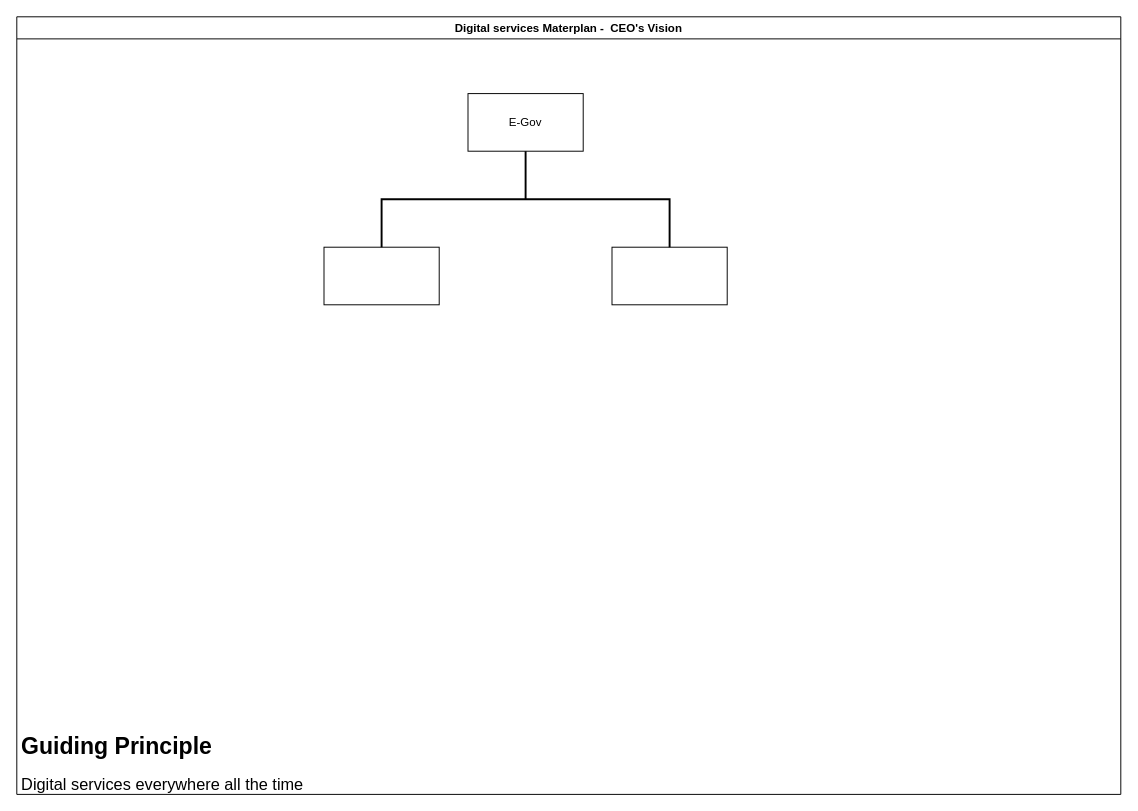
kmagua/flowcharts keeps this draw.io diagram as Master plan - CEO's Vision.drawio. Above is the earlier version. Source tidied: cells renumbered, new cells numbered last; positions are measured from the earlier drawing's top-left corner, leaving out a move shared by most shapes. Both pictures are drawn from the tidied source at 96%, with x=0, y=0 at pixel (16, 16).
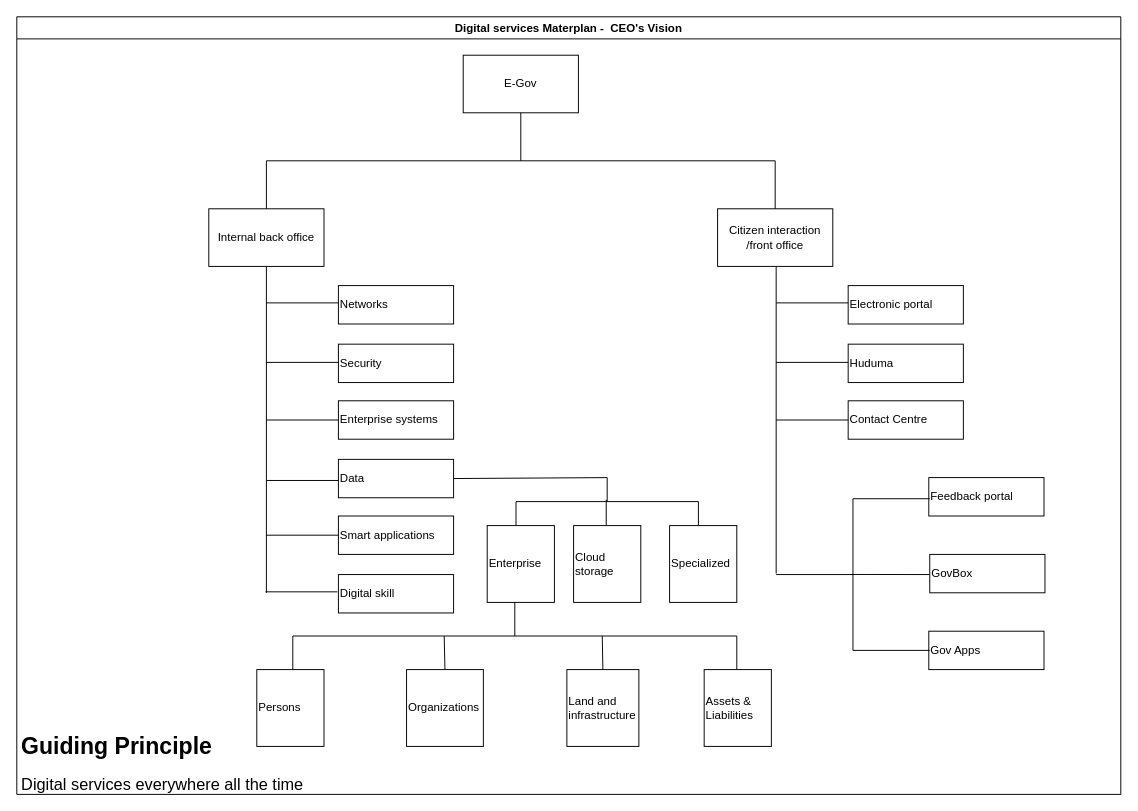
The same page after the edit.

Unchanged cells that the change refers to:
```xml
<mxCell id="2" value="Digital services Materplan -  CEO's Vision" style="swimlane;" parent="1" vertex="1">
  <mxGeometry width="1150" height="810" as="geometry" />
</mxCell>
```

The edit, as a diff of the source:
```diff
@@
     <mxCell id="4" value="E-Gov" style="rounded=0;whiteSpace=wrap;html=1;" parent="2" vertex="1">
-      <mxGeometry x="470" y="80" width="120" height="60" as="geometry" />
+      <mxGeometry x="465" y="40" width="120" height="60" as="geometry" />
     </mxCell>
-    <mxCell id="5" style="rounded=0;whiteSpace=wrap;html=1;" parent="2" vertex="1">
-      <mxGeometry x="320" y="240" width="120" height="60" as="geometry" />
+    <mxCell id="5" value="Internal back office" style="rounded=0;whiteSpace=wrap;html=1;" parent="2" vertex="1">
+      <mxGeometry x="200" y="200" width="120" height="60" as="geometry" />
     </mxCell>
-    <mxCell id="6" style="rounded=0;whiteSpace=wrap;html=1;" parent="2" vertex="1">
-      <mxGeometry x="620" y="240" width="120" height="60" as="geometry" />
+    <mxCell id="6" value="Citizen interaction /front office" style="rounded=0;whiteSpace=wrap;html=1;" parent="2" vertex="1">
+      <mxGeometry x="730" y="200" width="120" height="60" as="geometry" />
     </mxCell>
+    <mxCell id="8" value="Security" style="rounded=0;whiteSpace=wrap;html=1;align=left;" parent="2" vertex="1">
+      <mxGeometry x="335" y="341" width="120" height="40" as="geometry" />
+    </mxCell>
+    <mxCell id="9" value="Data" style="rounded=0;whiteSpace=wrap;html=1;align=left;" parent="2" vertex="1">
+      <mxGeometry x="335" y="461" width="120" height="40" as="geometry" />
+    </mxCell>
+    <mxCell id="10" value="Enterprise systems" style="rounded=0;whiteSpace=wrap;html=1;align=left;" parent="2" vertex="1">
+      <mxGeometry x="335" y="400" width="120" height="40" as="geometry" />
+    </mxCell>
+    <mxCell id="11" value="Digital skill" style="rounded=0;whiteSpace=wrap;html=1;align=left;" parent="2" vertex="1">
+      <mxGeometry x="335" y="581" width="120" height="40" as="geometry" />
+    </mxCell>
+    <mxCell id="12" value="Smart applications" style="rounded=0;whiteSpace=wrap;html=1;align=left;" parent="2" vertex="1">
+      <mxGeometry x="335" y="520" width="120" height="40" as="geometry" />
+    </mxCell>
+    <mxCell id="13" value="Huduma" style="rounded=0;whiteSpace=wrap;html=1;align=left;" parent="2" vertex="1">
+      <mxGeometry x="866" y="341" width="120" height="40" as="geometry" />
+    </mxCell>
+    <mxCell id="14" value="Contact Centre" style="rounded=0;whiteSpace=wrap;html=1;align=left;" parent="2" vertex="1">
+      <mxGeometry x="866" y="400" width="120" height="40" as="geometry" />
+    </mxCell>
+    <mxCell id="15" style="endArrow=none;html=1;entryX=0.5;entryY=1;entryDx=0;entryDy=0;" parent="2" edge="1">
+      <mxGeometry relative="1" as="geometry">
+        <mxPoint x="791" y="580" as="sourcePoint" />
+        <mxPoint x="791" y="260" as="targetPoint" />
+      </mxGeometry>
+    </mxCell>
+    <mxCell id="16" value="Electronic portal" style="rounded=0;whiteSpace=wrap;html=1;align=left;" parent="2" vertex="1">
+      <mxGeometry x="866" y="280" width="120" height="40" as="geometry" />
+    </mxCell>
+    <mxCell id="17" style="endArrow=none;html=1;entryX=0;entryY=0.5;entryDx=0;entryDy=0;" parent="2" edge="1">
+      <mxGeometry relative="1" as="geometry">
+        <mxPoint x="791" y="420" as="sourcePoint" />
+        <mxPoint x="866" y="420" as="targetPoint" />
+      </mxGeometry>
+    </mxCell>
+    <mxCell id="18" style="endArrow=none;html=1;entryX=0;entryY=0.5;entryDx=0;entryDy=0;" parent="2" edge="1">
+      <mxGeometry relative="1" as="geometry">
+        <mxPoint x="791" y="360" as="sourcePoint" />
+        <mxPoint x="866" y="360" as="targetPoint" />
+      </mxGeometry>
+    </mxCell>
+    <mxCell id="19" style="endArrow=none;html=1;entryX=0;entryY=0.5;entryDx=0;entryDy=0;" parent="2" edge="1">
+      <mxGeometry relative="1" as="geometry">
+        <mxPoint x="791" y="298" as="sourcePoint" />
+        <mxPoint x="866" y="298" as="targetPoint" />
+      </mxGeometry>
+    </mxCell>
+    <mxCell id="20" value="Feedback portal" style="rounded=0;whiteSpace=wrap;html=1;align=left;" parent="2" vertex="1">
+      <mxGeometry x="950" y="480" width="120" height="40" as="geometry" />
+    </mxCell>
+    <mxCell id="21" value="Gov Apps" style="rounded=0;whiteSpace=wrap;html=1;align=left;" parent="2" vertex="1">
+      <mxGeometry x="950" y="640" width="120" height="40" as="geometry" />
+    </mxCell>
+    <mxCell id="22" style="strokeWidth=1;html=1;shape=mxgraph.flowchart.annotation_2;align=left;labelPosition=right;fontSize=12;direction=south;" parent="2" vertex="1">
+      <mxGeometry x="520" y="480" width="190" height="50" as="geometry" />
+    </mxCell>
+    <mxCell id="23" style="endArrow=none;html=1;fontSize=12;exitX=1;exitY=0.5;exitDx=0;exitDy=0;entryX=0;entryY=0.5;entryDx=0;entryDy=0;entryPerimeter=0;" parent="2" edge="1" source="9" target="22">
+      <mxGeometry relative="1" as="geometry" />
+    </mxCell>
+    <mxCell id="24" value="Enterprise" style="rounded=0;whiteSpace=wrap;html=1;align=left;direction=south;" parent="2" vertex="1">
+      <mxGeometry x="490" y="530" width="70" height="80" as="geometry" />
+    </mxCell>
+    <mxCell id="25" value="Cloud storage" style="rounded=0;whiteSpace=wrap;html=1;align=left;direction=south;" parent="2" vertex="1">
+      <mxGeometry x="580" y="530" width="70" height="80" as="geometry" />
+    </mxCell>
+    <mxCell id="26" value="Specialized" style="rounded=0;whiteSpace=wrap;html=1;align=left;direction=south;" parent="2" vertex="1">
+      <mxGeometry x="680" y="530" width="70" height="80" as="geometry" />
+    </mxCell>
+    <mxCell id="27" style="endArrow=none;html=1;fontSize=12;" parent="2" edge="1">
+      <mxGeometry relative="1" as="geometry">
+        <mxPoint x="614" y="530" as="sourcePoint" />
+        <mxPoint x="614" y="503" as="targetPoint" />
+      </mxGeometry>
+    </mxCell>
+    <mxCell id="28" style="strokeWidth=1;html=1;shape=mxgraph.flowchart.annotation_2;align=left;labelPosition=right;fontSize=12;direction=south;" parent="2" vertex="1">
+      <mxGeometry x="287.5" y="610" width="462.5" height="70" as="geometry" />
+    </mxCell>
+    <mxCell id="29" value="Persons" style="rounded=0;whiteSpace=wrap;html=1;align=left;direction=south;" parent="2" vertex="1">
+      <mxGeometry x="250" y="680" width="70" height="80" as="geometry" />
+    </mxCell>
+    <mxCell id="30" value="Assets &amp;amp; Liabilities" style="rounded=0;whiteSpace=wrap;html=1;align=left;direction=south;" parent="2" vertex="1">
+      <mxGeometry x="716" y="680" width="70" height="80" as="geometry" />
+    </mxCell>
+    <mxCell id="31" value="Land and infrastructure" style="rounded=0;whiteSpace=wrap;html=1;align=left;direction=south;" parent="2" vertex="1">
+      <mxGeometry x="573" y="680" width="75" height="80" as="geometry" />
+    </mxCell>
+    <mxCell id="32" value="Organizations" style="rounded=0;whiteSpace=wrap;html=1;align=left;direction=south;" parent="2" vertex="1">
+      <mxGeometry x="406" y="680" width="80" height="80" as="geometry" />
+    </mxCell>
+    <mxCell id="33" style="endArrow=none;html=1;fontSize=12;exitX=0;exitY=0.5;exitDx=0;exitDy=0;entryX=0.5;entryY=0.303;entryDx=0;entryDy=0;entryPerimeter=0;" parent="2" edge="1" source="31" target="28">
+      <mxGeometry relative="1" as="geometry" />
+    </mxCell>
+    <mxCell id="34" style="endArrow=none;html=1;fontSize=12;exitX=0;exitY=0.5;exitDx=0;exitDy=0;entryX=0.5;entryY=0.659;entryDx=0;entryDy=0;entryPerimeter=0;" parent="2" edge="1" source="32" target="28">
+      <mxGeometry relative="1" as="geometry" />
+    </mxCell>
-    <mxCell id="7" style="strokeWidth=2;html=1;shape=mxgraph.flowchart.annotation_2;align=left;labelPosition=right;direction=south;" parent="1" vertex="1">
-      <mxGeometry x="380" y="140" width="300" height="100" as="geometry" />
+    <mxCell id="7" style="strokeWidth=1;html=1;shape=mxgraph.flowchart.annotation_2;align=left;labelPosition=right;direction=south;" parent="1" vertex="1">
+      <mxGeometry x="260" y="100" width="530" height="100" as="geometry" />
     </mxCell>
+    <mxCell id="35" style="endArrow=none;html=1;entryX=0.5;entryY=1;entryDx=0;entryDy=0;" parent="1" edge="1" target="5">
+      <mxGeometry relative="1" as="geometry">
+        <mxPoint x="260" y="600" as="sourcePoint" />
+      </mxGeometry>
+    </mxCell>
+    <mxCell id="36" value="Networks" style="rounded=0;whiteSpace=wrap;html=1;align=left;" parent="1" vertex="1">
+      <mxGeometry x="335" y="280" width="120" height="40" as="geometry" />
+    </mxCell>
+    <mxCell id="37" style="endArrow=none;html=1;entryX=0;entryY=0.5;entryDx=0;entryDy=0;" parent="1" edge="1" target="12">
+      <mxGeometry relative="1" as="geometry">
+        <mxPoint x="260" y="540" as="sourcePoint" />
+      </mxGeometry>
+    </mxCell>
+    <mxCell id="38" style="endArrow=none;html=1;entryX=0;entryY=0.5;entryDx=0;entryDy=0;" parent="1" edge="1">
+      <mxGeometry relative="1" as="geometry">
+        <mxPoint x="260" y="483" as="sourcePoint" />
+        <mxPoint x="335" y="483" as="targetPoint" />
+      </mxGeometry>
+    </mxCell>
+    <mxCell id="39" style="endArrow=none;html=1;entryX=0;entryY=0.5;entryDx=0;entryDy=0;" parent="1" edge="1">
+      <mxGeometry relative="1" as="geometry">
+        <mxPoint x="260" y="420" as="sourcePoint" />
+        <mxPoint x="335" y="420" as="targetPoint" />
+      </mxGeometry>
+    </mxCell>
+    <mxCell id="40" style="endArrow=none;html=1;entryX=0;entryY=0.5;entryDx=0;entryDy=0;" parent="1" edge="1">
+      <mxGeometry relative="1" as="geometry">
+        <mxPoint x="260" y="360" as="sourcePoint" />
+        <mxPoint x="335" y="360" as="targetPoint" />
+      </mxGeometry>
+    </mxCell>
+    <mxCell id="41" style="endArrow=none;html=1;entryX=0;entryY=0.5;entryDx=0;entryDy=0;" parent="1" edge="1">
+      <mxGeometry relative="1" as="geometry">
+        <mxPoint x="260" y="298" as="sourcePoint" />
+        <mxPoint x="335" y="298" as="targetPoint" />
+      </mxGeometry>
+    </mxCell>
+    <mxCell id="42" style="endArrow=none;html=1;entryX=0;entryY=0.5;entryDx=0;entryDy=0;" parent="1" edge="1">
+      <mxGeometry relative="1" as="geometry">
+        <mxPoint x="259" y="599" as="sourcePoint" />
+        <mxPoint x="334" y="599" as="targetPoint" />
+      </mxGeometry>
+    </mxCell>
+    <mxCell id="43" style="strokeWidth=1;html=1;shape=mxgraph.flowchart.annotation_2;align=left;labelPosition=right;fontSize=12;" parent="1" vertex="1">
+      <mxGeometry x="791" y="502" width="160" height="158" as="geometry" />
+    </mxCell>
+    <mxCell id="44" style="endArrow=none;html=1;fontSize=12;entryX=1;entryY=0.5;entryDx=0;entryDy=0;entryPerimeter=0;exitX=0.481;exitY=0.506;exitDx=0;exitDy=0;exitPerimeter=0;" parent="1" edge="1" target="43">
+      <mxGeometry relative="1" as="geometry">
+        <mxPoint x="868" y="580.9" as="sourcePoint" />
+      </mxGeometry>
+    </mxCell>
+    <mxCell id="45" value="GovBox" style="rounded=0;whiteSpace=wrap;html=1;align=left;" parent="1" vertex="1">
+      <mxGeometry x="951" y="560" width="120" height="40" as="geometry" />
+    </mxCell>
```
